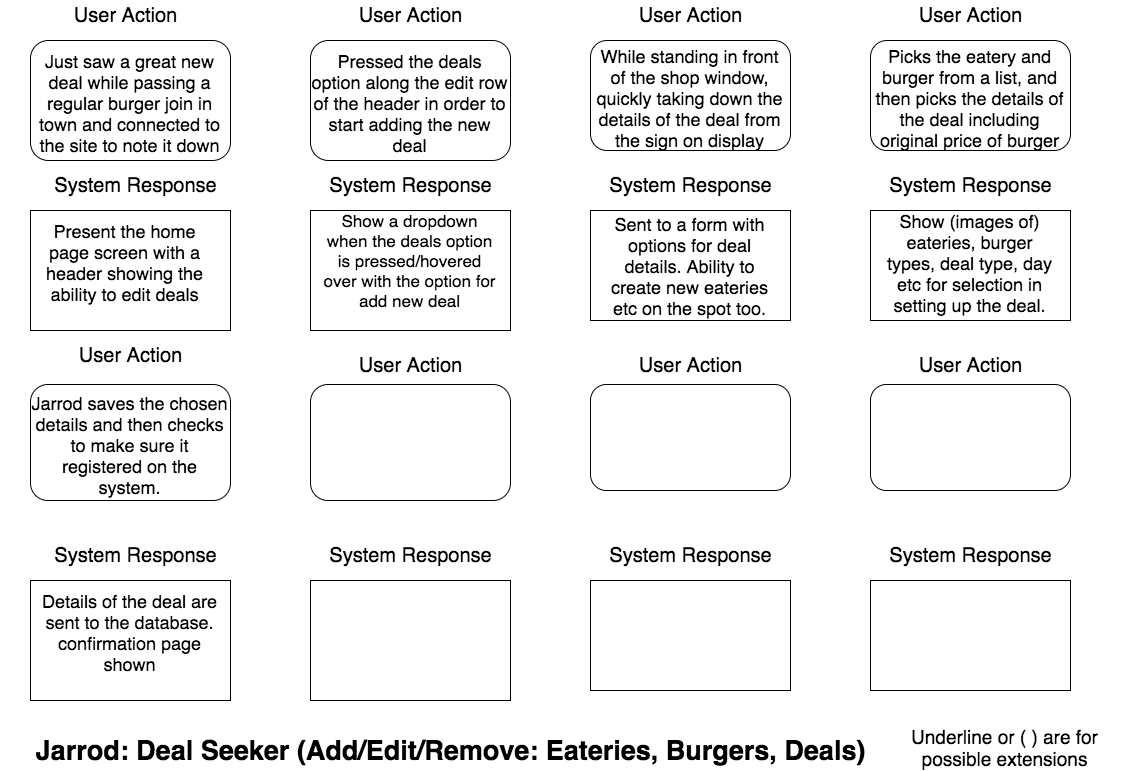
The draw.io diagram planning/user_journey_deal_seeker.png in dinhosang/cc_project_1_burger_deals, before a commit. Source tidied: cells renumbered, new cells last; positions are measured from the earlier drawing's top-left corner, leaving out a move shared by most shapes.
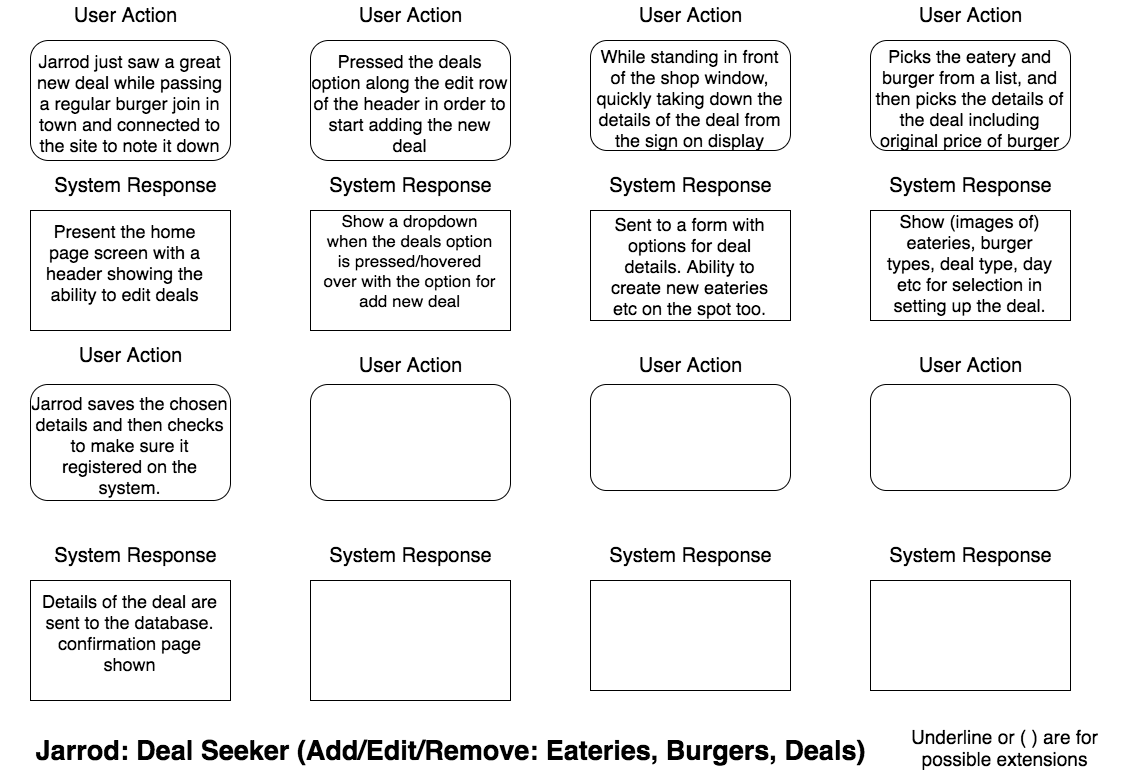
After the commit.

Change to the diagram source:
```diff
@@ -2,7 +2,7 @@
   <root>
     <mxCell id="0" />
     <mxCell id="1" parent="0" />
-    <mxCell id="2" value="&lt;span style=&quot;text-align: left&quot;&gt;&lt;font style=&quot;font-size: 18px&quot;&gt;Just saw a great new deal while passing a regular burger join in town and connected to the site to note it down&lt;/font&gt;&lt;/span&gt;&lt;br&gt;" style="shape=ext;rounded=1;html=1;whiteSpace=wrap;" parent="1" vertex="1">
+    <mxCell id="2" value="&lt;span style=&quot;text-align: left&quot;&gt;&lt;font style=&quot;font-size: 18px&quot;&gt;Jarrod just saw a great new deal while passing a regular burger join in town and connected to the site to note it down&lt;/font&gt;&lt;/span&gt;&lt;br&gt;" style="shape=ext;rounded=1;html=1;whiteSpace=wrap;" parent="1" vertex="1">
       <mxGeometry x="30" y="40" width="200" height="120" as="geometry" />
     </mxCell>
     <mxCell id="3" value="&lt;font style=&quot;font-size: 18px&quot;&gt;Pressed the deals option along the edit row of the header in order to start adding the new deal&lt;/font&gt;" style="shape=ext;rounded=1;html=1;whiteSpace=wrap;" parent="1" vertex="1">
```
